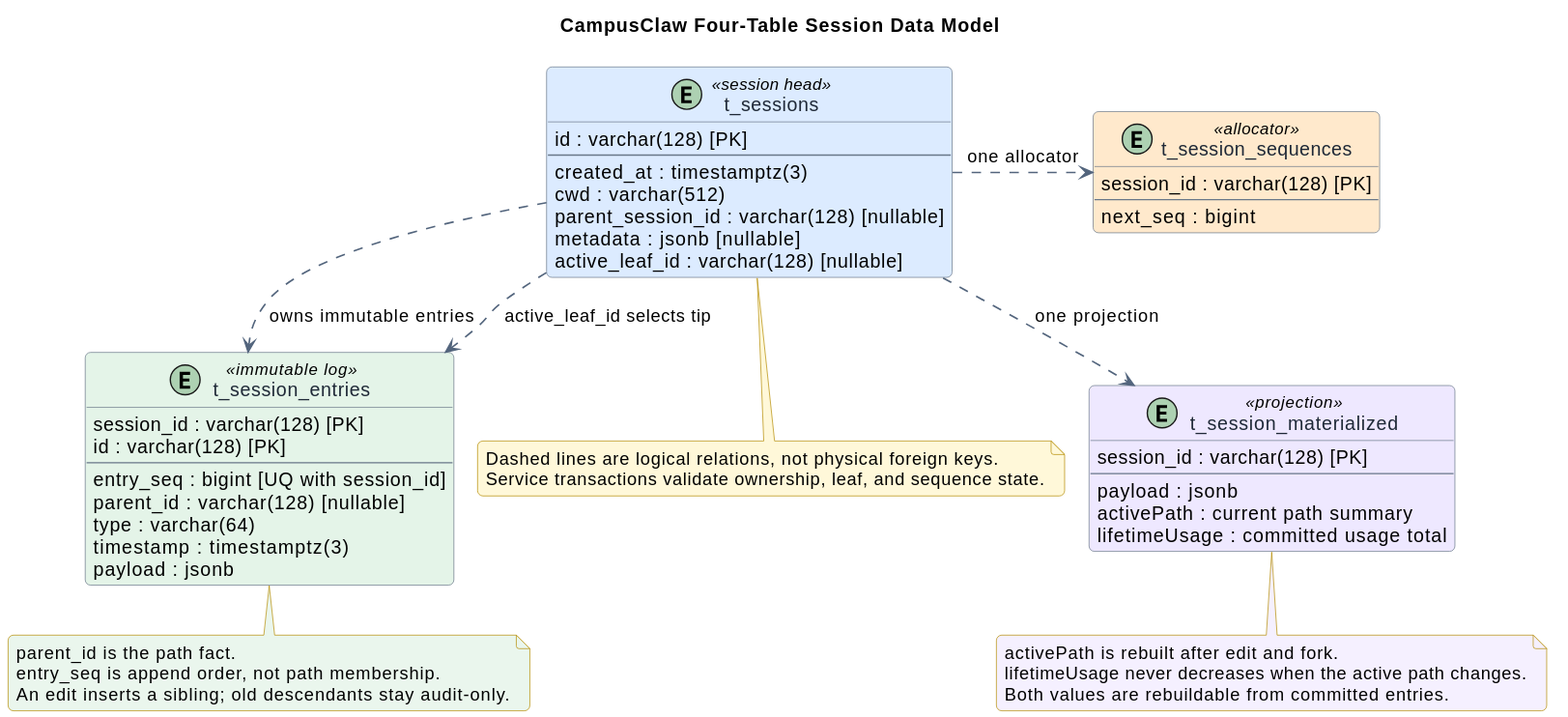
The PlantUML diagram diagrams/memory/memory-data-model.svg in ssm0808/pi-mono-java-design, before a commit.
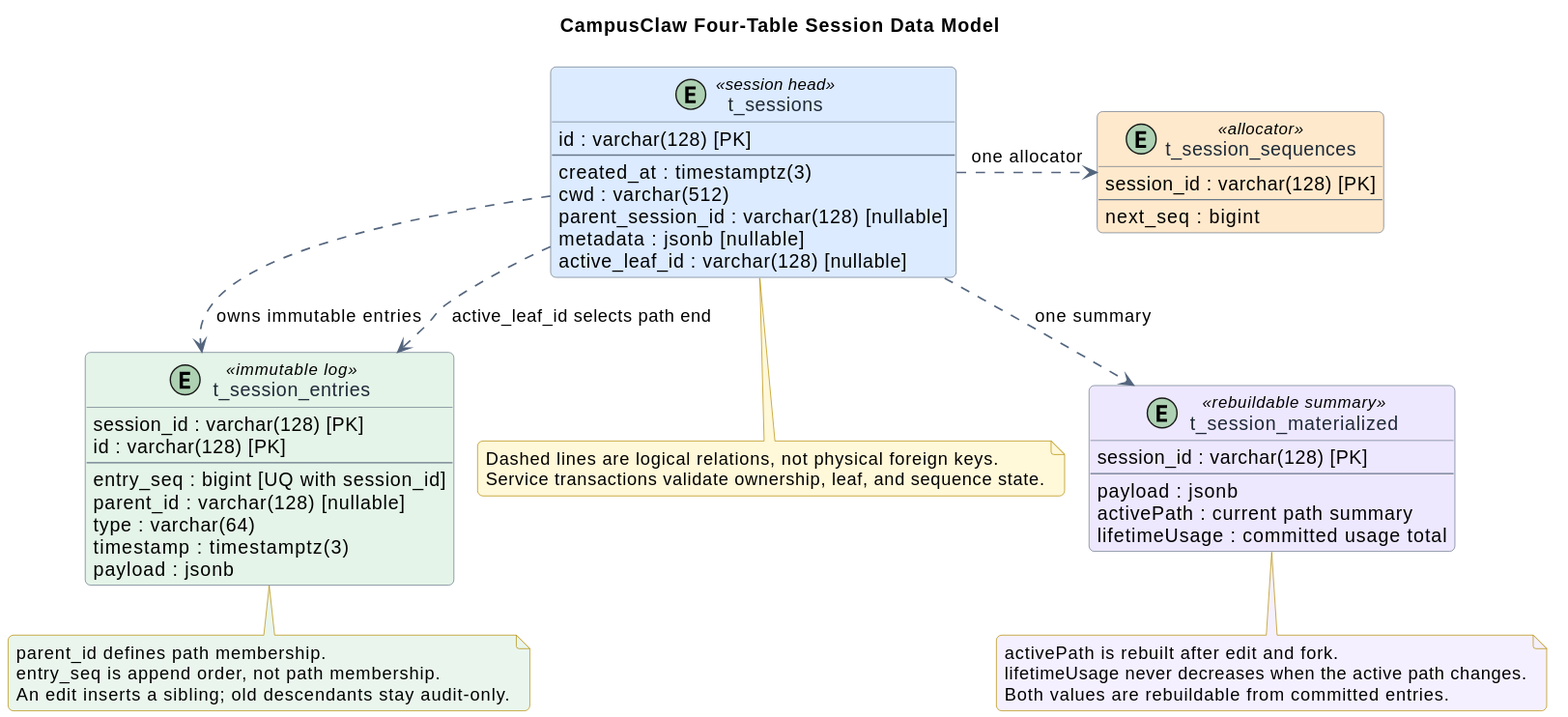
The same file after the commit.

Commit message:
docs(memory): polish design terminology

Change to the diagram source:
```diff
@@ -43,7 +43,7 @@
   payload : jsonb
 }
 
-entity "t_session_materialized" as materialized <<projection>> #EEE8FF {
+entity "t_session_materialized" as materialized <<rebuildable summary>> #EEE8FF {
   session_id : varchar(128) [PK]
   --
   payload : jsonb
@@ -57,12 +57,12 @@
 sequences -[hidden]down- materialized
 
 sessions ..> entries : owns immutable entries
-sessions ..> entries : active_leaf_id selects tip
+sessions ..> entries : active_leaf_id selects path end
 sessions ..> sequences : one allocator
-sessions ..> materialized : one projection
+sessions ..> materialized : one summary
 
 note bottom of entries #EAF6ED
-parent_id is the path fact.
+parent_id defines path membership.
 entry_seq is append order, not path membership.
 An edit inserts a sibling; old descendants stay audit-only.
 end note
```
